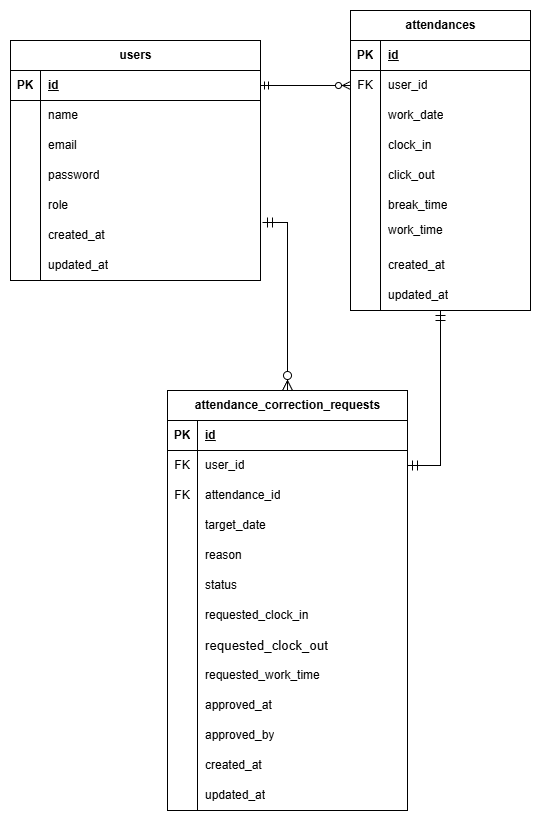
Before: mockcase2.drawio.png, a diagram exported from draw.io (Yuka-1992/mockcase2). Source tidied: cells renumbered, new cells last; positions are measured from the earlier drawing's top-left corner, leaving out a move shared by most shapes.
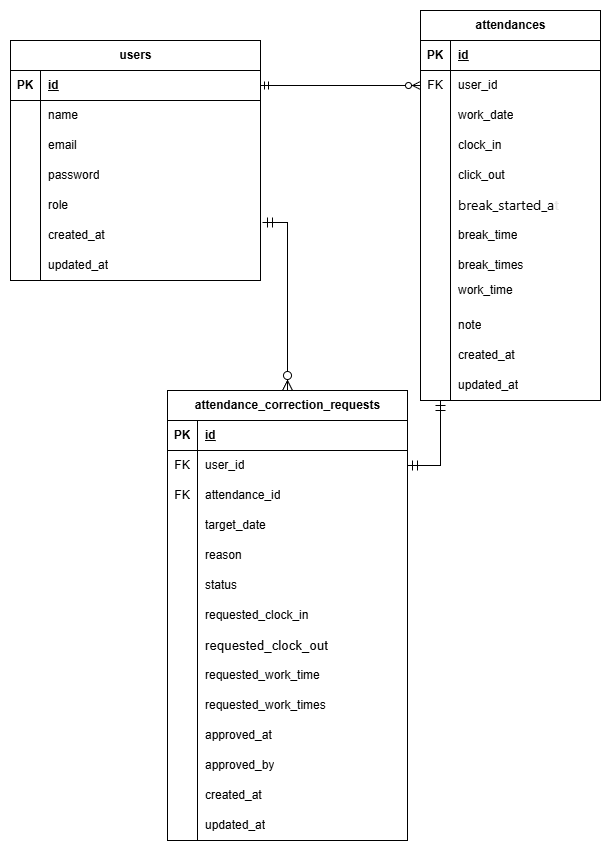
The same diagram one commit later.

Commit message:
Fix: 環境構築の整合性を修正 - ER図に変更を反映 - vite.config.jsにすべてのCSSファイルを追加

Change to the diagram source:
```diff
@@ -3,7 +3,7 @@
     <mxCell id="0" />
     <mxCell id="1" parent="0" />
     <mxCell id="2" value="attendances" style="shape=table;startSize=30;rowLines=0;fontStyle=1;align=center;html=1;" parent="1" vertex="1">
-      <mxGeometry x="340" width="180" height="300" as="geometry" />
+      <mxGeometry x="410" width="180" height="390" as="geometry" />
     </mxCell>
     <mxCell id="3" style="shape=tableRow;horizontal=0;startSize=0;swimlaneHead=0;swimlaneBody=0;fillColor=none;top=0;left=0;right=0;bottom=1;" parent="2" vertex="1">
       <mxGeometry y="30" width="180" height="30" as="geometry" />
@@ -50,8 +50,17 @@
     <mxCell id="17" value="click_out" style="shape=partialRectangle;fillColor=none;top=0;left=0;bottom=0;right=0;align=left;spacingLeft=6;overflow=hidden;whiteSpace=wrap;html=1;" parent="15" vertex="1">
       <mxGeometry x="30" width="150" height="30" as="geometry" />
     </mxCell>
+    <mxCell id="95" style="shape=tableRow;horizontal=0;startSize=0;swimlaneHead=0;swimlaneBody=0;fillColor=none;top=0;left=0;right=0;bottom=0;" parent="2" vertex="1">
+      <mxGeometry y="180" width="180" height="30" as="geometry" />
+    </mxCell>
+    <mxCell id="96" style="shape=partialRectangle;fillColor=none;top=0;left=0;bottom=0;right=0;overflow=hidden;whiteSpace=wrap;html=1;" parent="95" vertex="1">
+      <mxGeometry width="30" height="30" as="geometry" />
+    </mxCell>
+    <mxCell id="97" value="&lt;span style=&quot;font-family: -apple-system, BlinkMacSystemFont, &amp;quot;Segoe WPC&amp;quot;, &amp;quot;Segoe UI&amp;quot;, system-ui, Ubuntu, &amp;quot;Droid Sans&amp;quot;, sans-serif; font-size: 14px;&quot;&gt;&lt;font&gt;break_started_a&lt;/font&gt;&lt;/span&gt;&lt;span style=&quot;color: rgba(228, 228, 228, 0.92); font-family: -apple-system, BlinkMacSystemFont, &amp;quot;Segoe WPC&amp;quot;, &amp;quot;Segoe UI&amp;quot;, system-ui, Ubuntu, &amp;quot;Droid Sans&amp;quot;, sans-serif; font-size: 14px;&quot;&gt;t&lt;/span&gt;" style="shape=partialRectangle;fillColor=none;top=0;left=0;bottom=0;right=0;align=left;spacingLeft=6;overflow=hidden;whiteSpace=wrap;html=1;" parent="95" vertex="1">
+      <mxGeometry x="30" width="150" height="30" as="geometry" />
+    </mxCell>
     <mxCell id="18" style="shape=tableRow;horizontal=0;startSize=0;swimlaneHead=0;swimlaneBody=0;fillColor=none;top=0;left=0;right=0;bottom=0;" parent="2" vertex="1">
-      <mxGeometry y="180" width="180" height="30" as="geometry" />
+      <mxGeometry y="210" width="180" height="30" as="geometry" />
     </mxCell>
     <mxCell id="19" style="shape=partialRectangle;fillColor=none;top=0;left=0;bottom=0;right=0;overflow=hidden;whiteSpace=wrap;html=1;" parent="18" vertex="1">
       <mxGeometry width="30" height="30" as="geometry" />
@@ -59,8 +68,17 @@
     <mxCell id="20" value="break_time" style="shape=partialRectangle;fillColor=none;top=0;left=0;bottom=0;right=0;align=left;spacingLeft=6;overflow=hidden;whiteSpace=wrap;html=1;" parent="18" vertex="1">
       <mxGeometry x="30" width="150" height="30" as="geometry" />
     </mxCell>
+    <mxCell id="98" style="shape=tableRow;horizontal=0;startSize=0;swimlaneHead=0;swimlaneBody=0;fillColor=none;top=0;left=0;right=0;bottom=0;" parent="2" vertex="1">
+      <mxGeometry y="240" width="180" height="30" as="geometry" />
+    </mxCell>
+    <mxCell id="99" style="shape=partialRectangle;fillColor=none;top=0;left=0;bottom=0;right=0;overflow=hidden;whiteSpace=wrap;html=1;" parent="98" vertex="1">
+      <mxGeometry width="30" height="30" as="geometry" />
+    </mxCell>
+    <mxCell id="100" value="break_times" style="shape=partialRectangle;fillColor=none;top=0;left=0;bottom=0;right=0;align=left;spacingLeft=6;overflow=hidden;whiteSpace=wrap;html=1;" parent="98" vertex="1">
+      <mxGeometry x="30" width="150" height="30" as="geometry" />
+    </mxCell>
     <mxCell id="21" style="shape=tableRow;horizontal=0;startSize=0;swimlaneHead=0;swimlaneBody=0;fillColor=none;top=0;left=0;right=0;bottom=0;" parent="2" vertex="1">
-      <mxGeometry y="210" width="180" height="30" as="geometry" />
+      <mxGeometry y="270" width="180" height="30" as="geometry" />
     </mxCell>
     <mxCell id="22" style="shape=partialRectangle;fillColor=none;top=0;left=0;bottom=0;right=0;overflow=hidden;whiteSpace=wrap;html=1;" parent="21" vertex="1">
       <mxGeometry width="30" height="30" as="geometry" />
@@ -68,8 +86,17 @@
     <mxCell id="23" value="work_time&lt;div&gt;&lt;br&gt;&lt;/div&gt;" style="shape=partialRectangle;fillColor=none;top=0;left=0;bottom=0;right=0;align=left;spacingLeft=6;overflow=hidden;whiteSpace=wrap;html=1;" parent="21" vertex="1">
       <mxGeometry x="30" width="150" height="30" as="geometry" />
     </mxCell>
+    <mxCell id="101" style="shape=tableRow;horizontal=0;startSize=0;swimlaneHead=0;swimlaneBody=0;fillColor=none;top=0;left=0;right=0;bottom=0;" parent="2" vertex="1">
+      <mxGeometry y="300" width="180" height="30" as="geometry" />
+    </mxCell>
+    <mxCell id="102" style="shape=partialRectangle;fillColor=none;top=0;left=0;bottom=0;right=0;overflow=hidden;whiteSpace=wrap;html=1;" parent="101" vertex="1">
+      <mxGeometry width="30" height="30" as="geometry" />
+    </mxCell>
+    <mxCell id="103" value="note" style="shape=partialRectangle;fillColor=none;top=0;left=0;bottom=0;right=0;align=left;spacingLeft=6;overflow=hidden;whiteSpace=wrap;html=1;" parent="101" vertex="1">
+      <mxGeometry x="30" width="150" height="30" as="geometry" />
+    </mxCell>
     <mxCell id="24" style="shape=tableRow;horizontal=0;startSize=0;swimlaneHead=0;swimlaneBody=0;fillColor=none;top=0;left=0;right=0;bottom=0;" parent="2" vertex="1">
-      <mxGeometry y="240" width="180" height="30" as="geometry" />
+      <mxGeometry y="330" width="180" height="30" as="geometry" />
     </mxCell>
     <mxCell id="25" style="shape=partialRectangle;fillColor=none;top=0;left=0;bottom=0;right=0;overflow=hidden;whiteSpace=wrap;html=1;" parent="24" vertex="1">
       <mxGeometry width="30" height="30" as="geometry" />
@@ -78,7 +105,7 @@
       <mxGeometry x="30" width="150" height="30" as="geometry" />
     </mxCell>
     <mxCell id="27" style="shape=tableRow;horizontal=0;startSize=0;swimlaneHead=0;swimlaneBody=0;fillColor=none;points=[[0,0.5],[1,0.5]];portConstraint=eastwest;top=0;left=0;right=0;bottom=0;" parent="2" vertex="1">
-      <mxGeometry y="270" width="180" height="30" as="geometry" />
+      <mxGeometry y="360" width="180" height="30" as="geometry" />
     </mxCell>
     <mxCell id="28" style="shape=partialRectangle;fillColor=none;top=0;left=0;bottom=0;right=0;overflow=hidden;whiteSpace=wrap;html=1;" parent="27" vertex="1">
       <mxGeometry width="30" height="30" as="geometry" />
@@ -156,7 +183,7 @@
       <mxGeometry relative="1" as="geometry" />
     </mxCell>
     <mxCell id="53" value="attendance_correction_requests" style="shape=table;startSize=30;rowLines=0;fontStyle=1;align=center;html=1;" parent="1" vertex="1">
-      <mxGeometry x="157" y="380" width="240" height="420" as="geometry" />
+      <mxGeometry x="157" y="380" width="240" height="450" as="geometry" />
     </mxCell>
     <mxCell id="54" style="shape=tableRow;horizontal=0;startSize=0;swimlaneHead=0;swimlaneBody=0;fillColor=none;top=0;left=0;right=0;bottom=1;" parent="53" vertex="1">
       <mxGeometry y="30" width="240" height="30" as="geometry" />
@@ -239,8 +266,17 @@
     <mxCell id="80" value="requested_work_time" style="shape=partialRectangle;fillColor=none;top=0;left=0;bottom=0;right=0;align=left;spacingLeft=6;overflow=hidden;whiteSpace=wrap;html=1;" parent="78" vertex="1">
       <mxGeometry x="30" width="210" height="30" as="geometry" />
     </mxCell>
+    <mxCell id="104" style="shape=tableRow;horizontal=0;startSize=0;swimlaneHead=0;swimlaneBody=0;fillColor=none;top=0;left=0;right=0;bottom=0;" parent="53" vertex="1">
+      <mxGeometry y="300" width="240" height="30" as="geometry" />
+    </mxCell>
+    <mxCell id="105" style="shape=partialRectangle;fillColor=none;top=0;left=0;bottom=0;right=0;overflow=hidden;whiteSpace=wrap;html=1;" parent="104" vertex="1">
+      <mxGeometry width="30" height="30" as="geometry" />
+    </mxCell>
+    <mxCell id="106" value="requested_work_times" style="shape=partialRectangle;fillColor=none;top=0;left=0;bottom=0;right=0;align=left;spacingLeft=6;overflow=hidden;whiteSpace=wrap;html=1;" parent="104" vertex="1">
+      <mxGeometry x="30" width="210" height="30" as="geometry" />
+    </mxCell>
     <mxCell id="81" style="shape=tableRow;horizontal=0;startSize=0;swimlaneHead=0;swimlaneBody=0;fillColor=none;top=0;left=0;right=0;bottom=0;" parent="53" vertex="1">
-      <mxGeometry y="300" width="240" height="30" as="geometry" />
+      <mxGeometry y="330" width="240" height="30" as="geometry" />
     </mxCell>
     <mxCell id="82" style="shape=partialRectangle;fillColor=none;top=0;left=0;bottom=0;right=0;overflow=hidden;whiteSpace=wrap;html=1;" parent="81" vertex="1">
       <mxGeometry width="30" height="30" as="geometry" />
@@ -249,7 +285,7 @@
       <mxGeometry x="30" width="210" height="30" as="geometry" />
     </mxCell>
     <mxCell id="84" style="shape=tableRow;horizontal=0;startSize=0;swimlaneHead=0;swimlaneBody=0;fillColor=none;top=0;left=0;right=0;bottom=0;" parent="53" vertex="1">
-      <mxGeometry y="330" width="240" height="30" as="geometry" />
+      <mxGeometry y="360" width="240" height="30" as="geometry" />
     </mxCell>
     <mxCell id="85" style="shape=partialRectangle;fillColor=none;top=0;left=0;bottom=0;right=0;overflow=hidden;whiteSpace=wrap;html=1;" parent="84" vertex="1">
       <mxGeometry width="30" height="30" as="geometry" />
@@ -258,7 +294,7 @@
       <mxGeometry x="30" width="210" height="30" as="geometry" />
     </mxCell>
     <mxCell id="87" style="shape=tableRow;horizontal=0;startSize=0;swimlaneHead=0;swimlaneBody=0;fillColor=none;top=0;left=0;right=0;bottom=0;" parent="53" vertex="1">
-      <mxGeometry y="360" width="240" height="30" as="geometry" />
+      <mxGeometry y="390" width="240" height="30" as="geometry" />
     </mxCell>
     <mxCell id="88" style="shape=partialRectangle;fillColor=none;top=0;left=0;bottom=0;right=0;overflow=hidden;whiteSpace=wrap;html=1;" parent="87" vertex="1">
       <mxGeometry width="30" height="30" as="geometry" />
@@ -267,7 +303,7 @@
       <mxGeometry x="30" width="210" height="30" as="geometry" />
     </mxCell>
     <mxCell id="90" style="shape=tableRow;horizontal=0;startSize=0;swimlaneHead=0;swimlaneBody=0;fillColor=none;top=0;left=0;right=0;bottom=0;" parent="53" vertex="1">
-      <mxGeometry y="390" width="240" height="30" as="geometry" />
+      <mxGeometry y="420" width="240" height="30" as="geometry" />
     </mxCell>
     <mxCell id="91" style="shape=partialRectangle;fillColor=none;top=0;left=0;bottom=0;right=0;overflow=hidden;whiteSpace=wrap;html=1;" parent="90" vertex="1">
       <mxGeometry width="30" height="30" as="geometry" />
```
